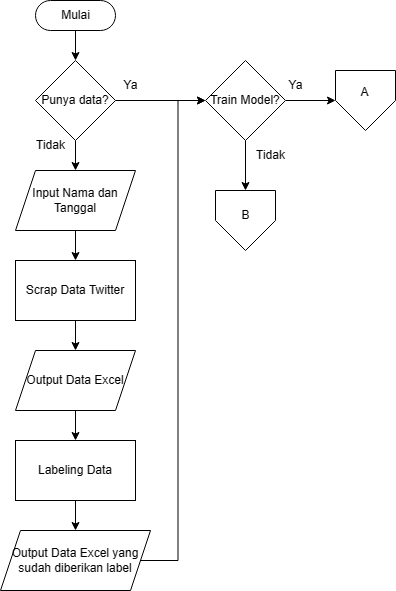
Above: Asset/Flowchart Aplikasi 1.png in FnsAja/Skripsi (draw.io), before the change. Source tidied: cells renumbered, new cells last; positions are measured from the earlier drawing's top-left corner, leaving out a move shared by most shapes.
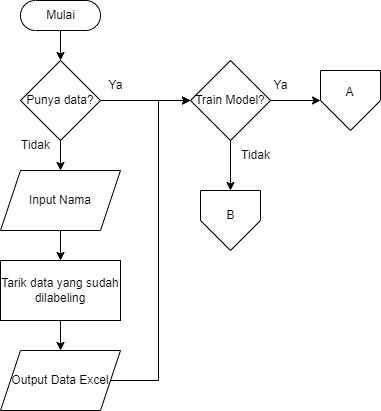
After the change.

What changed in the source:
```diff
@@ -8,77 +8,70 @@
     <mxCell id="3" value="Mulai" style="html=1;dashed=0;whitespace=wrap;shape=mxgraph.dfd.start;" parent="1" vertex="1">
       <mxGeometry x="35" width="80" height="30" as="geometry" />
     </mxCell>
-    <mxCell id="4" style="edgeStyle=orthogonalEdgeStyle;rounded=0;jettySize=auto;html=1;" parent="1" edge="1" source="6" target="8">
-      <mxGeometry relative="1" as="geometry" />
-    </mxCell>
+    <mxCell id="28" style="edgeStyle=orthogonalEdgeStyle;rounded=0;jettySize=auto;html=1;" parent="1" edge="1" source="6" target="30">
+      <mxGeometry relative="1" as="geometry" />
+    </mxCell>
     <mxCell id="5" style="edgeStyle=orthogonalEdgeStyle;rounded=0;jettySize=auto;html=1;" parent="1" edge="1" source="6" target="22">
       <mxGeometry relative="1" as="geometry" />
     </mxCell>
     <mxCell id="6" value="Punya data?" style="rhombus;whiteSpace=wrap;html=1;" parent="1" vertex="1">
       <mxGeometry x="35" y="60" width="80" height="80" as="geometry" />
     </mxCell>
-    <mxCell id="7" style="edgeStyle=orthogonalEdgeStyle;rounded=0;jettySize=auto;html=1;" parent="1" edge="1" source="8" target="10">
-      <mxGeometry relative="1" as="geometry" />
-    </mxCell>
-    <mxCell id="8" value="Input Nama dan Tanggal" style="shape=parallelogram;perimeter=parallelogramPerimeter;whiteSpace=wrap;html=1;fixedSize=1;" parent="1" vertex="1">
-      <mxGeometry x="15" y="170" width="120" height="60" as="geometry" />
-    </mxCell>
-    <mxCell id="9" style="edgeStyle=orthogonalEdgeStyle;rounded=0;jettySize=auto;html=1;" parent="1" edge="1" source="10" target="12">
-      <mxGeometry relative="1" as="geometry" />
-    </mxCell>
-    <mxCell id="10" value="Scrap Data Twitter" style="rounded=0;whiteSpace=wrap;html=1;" parent="1" vertex="1">
-      <mxGeometry x="15" y="260" width="120" height="60" as="geometry" />
-    </mxCell>
-    <mxCell id="11" style="edgeStyle=orthogonalEdgeStyle;rounded=0;jettySize=auto;html=1;" parent="1" edge="1" source="12" target="14">
-      <mxGeometry relative="1" as="geometry" />
-    </mxCell>
+    <mxCell id="29" style="edgeStyle=orthogonalEdgeStyle;rounded=0;jettySize=auto;html=1;" parent="1" edge="1" source="30" target="32">
+      <mxGeometry relative="1" as="geometry" />
+    </mxCell>
+    <mxCell id="30" value="Input Nama" style="shape=parallelogram;perimeter=parallelogramPerimeter;whiteSpace=wrap;html=1;fixedSize=1;" parent="1" vertex="1">
+      <mxGeometry x="15" y="170" width="120" height="60" as="geometry" />
+    </mxCell>
+    <mxCell id="31" style="edgeStyle=orthogonalEdgeStyle;rounded=0;jettySize=auto;html=1;" parent="1" edge="1" source="32" target="12">
+      <mxGeometry relative="1" as="geometry" />
+    </mxCell>
+    <mxCell id="32" value="Tarik data yang sudah dilabeling" style="rounded=0;whiteSpace=wrap;html=1;" parent="1" vertex="1">
+      <mxGeometry x="15" y="260" width="120" height="60" as="geometry" />
+    </mxCell>
     <mxCell id="12" value="Output Data Excel" style="shape=parallelogram;perimeter=parallelogramPerimeter;whiteSpace=wrap;html=1;fixedSize=1;" parent="1" vertex="1">
       <mxGeometry x="15" y="350" width="120" height="60" as="geometry" />
     </mxCell>
-    <mxCell id="13" style="edgeStyle=orthogonalEdgeStyle;rounded=0;jettySize=auto;html=1;" parent="1" edge="1" source="14" target="16">
-      <mxGeometry relative="1" as="geometry" />
-    </mxCell>
-    <mxCell id="14" value="Labeling Data" style="rounded=0;whiteSpace=wrap;html=1;" parent="1" vertex="1">
-      <mxGeometry x="15" y="440" width="120" height="60" as="geometry" />
-    </mxCell>
-    <mxCell id="15" style="edgeStyle=orthogonalEdgeStyle;rounded=0;jettySize=auto;html=1;entryX=0;entryY=0.5;entryDx=0;entryDy=0;" parent="1" edge="1" source="16" target="22">
-      <mxGeometry relative="1" as="geometry" />
-    </mxCell>
-    <mxCell id="16" value="Output Data Excel yang sudah diberikan label" style="shape=parallelogram;perimeter=parallelogramPerimeter;whiteSpace=wrap;html=1;fixedSize=1;" parent="1" vertex="1">
-      <mxGeometry y="530" width="150" height="60" as="geometry" />
-    </mxCell>
-    <mxCell id="17" value="Tidak" style="text;html=1;align=center;verticalAlign=middle;strokeColor=none;fillColor=none;" parent="1" vertex="1">
-      <mxGeometry x="25" y="130" width="50" height="30" as="geometry" />
-    </mxCell>
-    <mxCell id="18" value="Ya" style="text;html=1;align=center;verticalAlign=middle;strokeColor=none;fillColor=none;" parent="1" vertex="1">
-      <mxGeometry x="110" y="70" width="40" height="30" as="geometry" />
-    </mxCell>
-    <mxCell id="19" style="verticalLabelPosition=bottom;verticalAlign=top;html=1;shape=offPageConnector;rounded=0;size=0.5;" parent="1" vertex="1">
-      <mxGeometry x="335" y="70" width="60" height="60" as="geometry" />
-    </mxCell>
-    <mxCell id="20" style="edgeStyle=orthogonalEdgeStyle;rounded=0;jettySize=auto;html=1;" parent="1" edge="1" source="22" target="19">
-      <mxGeometry relative="1" as="geometry" />
-    </mxCell>
-    <mxCell id="21" style="edgeStyle=orthogonalEdgeStyle;rounded=0;jettySize=auto;html=1;" parent="1" edge="1" source="22" target="23">
-      <mxGeometry relative="1" as="geometry" />
-    </mxCell>
+    <mxCell id="33" style="edgeStyle=orthogonalEdgeStyle;rounded=0;jettySize=auto;html=1;entryX=0;entryY=0.5;entryDx=0;entryDy=0;exitX=1;exitY=0.5;exitDx=0;exitDy=0;" parent="1" edge="1" source="12" target="22">
+      <mxGeometry relative="1" as="geometry">
+        <Array as="points">
+          <mxPoint x="173" y="380" />
+          <mxPoint x="173" y="100" />
+        </Array>
+      </mxGeometry>
+    </mxCell>
+    <mxCell id="34" value="Tidak" style="text;html=1;align=center;verticalAlign=middle;strokeColor=none;fillColor=none;" parent="1" vertex="1">
+      <mxGeometry x="25" y="130" width="50" height="30" as="geometry" />
+    </mxCell>
+    <mxCell id="35" value="Ya" style="text;html=1;align=center;verticalAlign=middle;strokeColor=none;fillColor=none;" parent="1" vertex="1">
+      <mxGeometry x="110" y="70" width="40" height="30" as="geometry" />
+    </mxCell>
+    <mxCell id="36" style="verticalLabelPosition=bottom;verticalAlign=top;html=1;shape=offPageConnector;rounded=0;size=0.5;" parent="1" vertex="1">
+      <mxGeometry x="335" y="70" width="60" height="60" as="geometry" />
+    </mxCell>
+    <mxCell id="37" style="edgeStyle=orthogonalEdgeStyle;rounded=0;jettySize=auto;html=1;" parent="1" edge="1" source="22" target="36">
+      <mxGeometry relative="1" as="geometry" />
+    </mxCell>
+    <mxCell id="38" style="edgeStyle=orthogonalEdgeStyle;rounded=0;jettySize=auto;html=1;" parent="1" edge="1" source="22" target="39">
+      <mxGeometry relative="1" as="geometry" />
+    </mxCell>
     <mxCell id="22" value="Train Model?" style="rhombus;whiteSpace=wrap;html=1;" parent="1" vertex="1">
       <mxGeometry x="205" y="60" width="80" height="80" as="geometry" />
     </mxCell>
-    <mxCell id="23" style="verticalLabelPosition=bottom;verticalAlign=top;html=1;shape=offPageConnector;rounded=0;size=0.5;" parent="1" vertex="1">
-      <mxGeometry x="215" y="190" width="60" height="60" as="geometry" />
-    </mxCell>
+    <mxCell id="39" style="verticalLabelPosition=bottom;verticalAlign=top;html=1;shape=offPageConnector;rounded=0;size=0.5;" parent="1" vertex="1">
+      <mxGeometry x="215" y="190" width="60" height="60" as="geometry" />
+    </mxCell>
     <mxCell id="24" value="A" style="text;html=1;align=center;verticalAlign=middle;strokeColor=none;fillColor=none;" parent="1" vertex="1">
       <mxGeometry x="349" y="77" width="30" height="30" as="geometry" />
     </mxCell>
     <mxCell id="25" value="B" style="text;html=1;align=center;verticalAlign=middle;strokeColor=none;fillColor=none;" parent="1" vertex="1">
       <mxGeometry x="230" y="200" width="30" height="30" as="geometry" />
     </mxCell>
-    <mxCell id="26" value="Ya" style="text;html=1;align=center;verticalAlign=middle;strokeColor=none;fillColor=none;" parent="1" vertex="1">
-      <mxGeometry x="275" y="70" width="40" height="30" as="geometry" />
-    </mxCell>
-    <mxCell id="27" value="Tidak" style="text;html=1;align=center;verticalAlign=middle;strokeColor=none;fillColor=none;" parent="1" vertex="1">
-      <mxGeometry x="245" y="140" width="50" height="30" as="geometry" />
-    </mxCell>
+    <mxCell id="40" value="Ya" style="text;html=1;align=center;verticalAlign=middle;strokeColor=none;fillColor=none;" parent="1" vertex="1">
+      <mxGeometry x="275" y="70" width="40" height="30" as="geometry" />
+    </mxCell>
+    <mxCell id="41" value="Tidak" style="text;html=1;align=center;verticalAlign=middle;strokeColor=none;fillColor=none;" parent="1" vertex="1">
+      <mxGeometry x="245" y="140" width="50" height="30" as="geometry" />
+    </mxCell>
   </root>
 </mxGraphModel>
```
